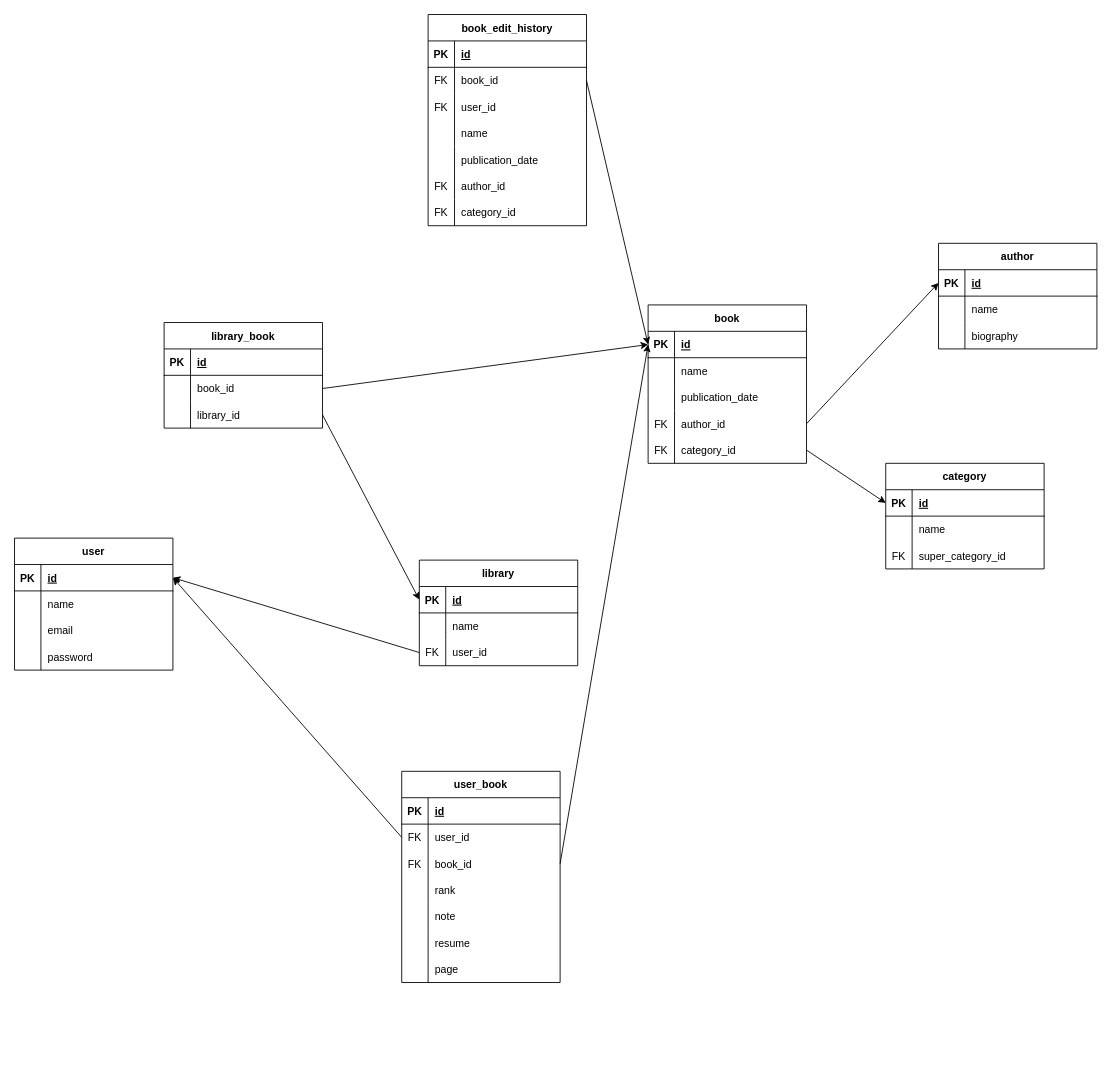
Earlier version of the draw.io diagram docs/flows/entities.drawio (MarcoLopes389/learning-graphql). Source tidied: cells renumbered, new cells numbered last; positions are measured from the earlier drawing's top-left corner, leaving out a move shared by most shapes. Both pictures are drawn from the tidied source at 88%, with x=0, y=0 at pixel (14, 14).
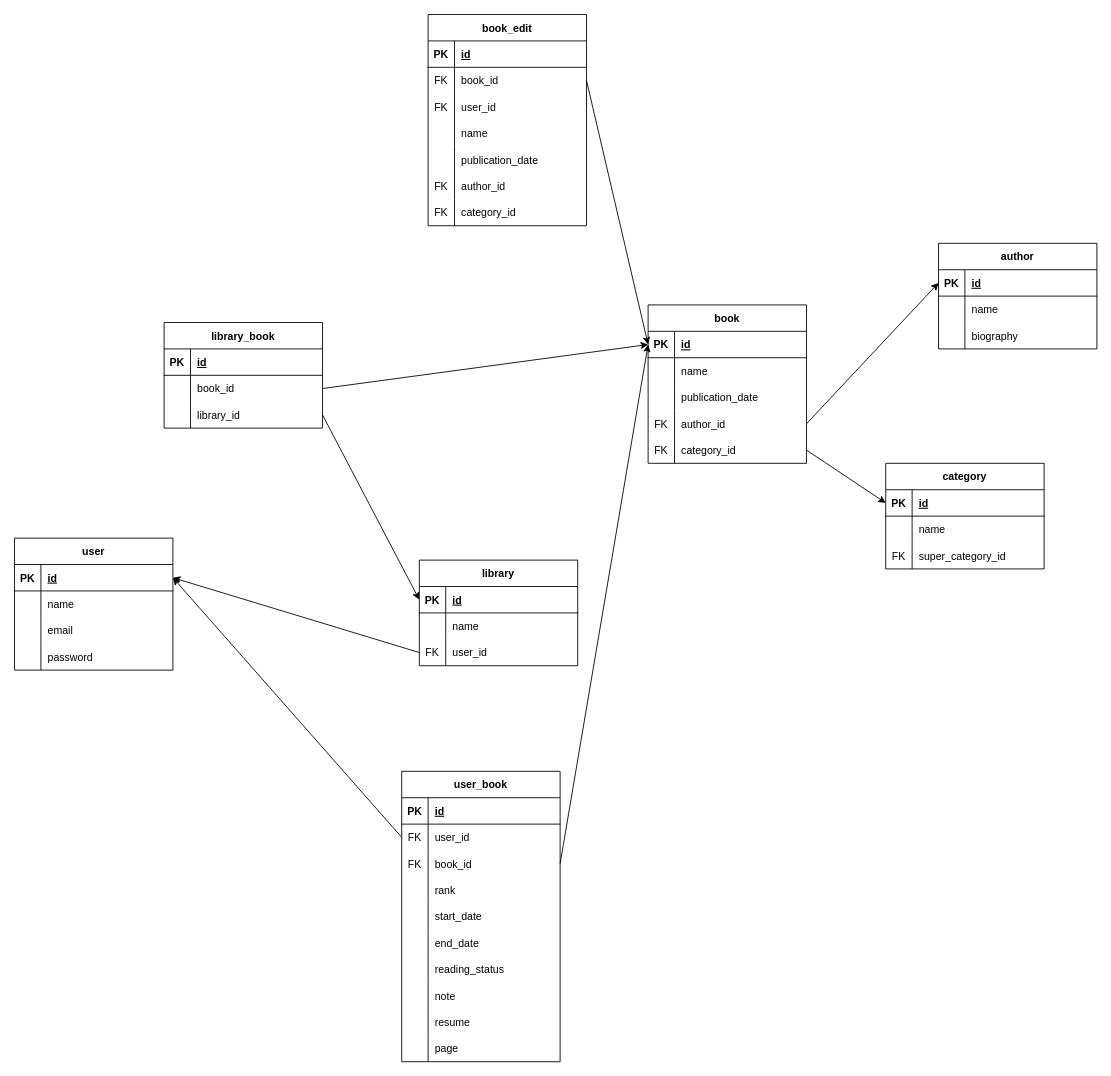
After the change.

The edit, as a diff of the source:
```diff
@@
     <mxCell id="76" value="user_book" style="shape=table;startSize=30;childLayout=tableLayout;rowLines=0;fontStyle=1;align=center;" parent="1" vertex="1">
-      <mxGeometry x="440" y="860" width="180" height="240" as="geometry" />
+      <mxGeometry x="440" y="860" width="180" height="330" as="geometry" />
     </mxCell>
@@
+    <mxCell id="123" style="shape=tableRow;horizontal=0;startSize=0;swimlaneHead=0;swimlaneBody=0;fillColor=none;top=0;left=0;right=0;bottom=0;" parent="76" vertex="1">
+      <mxGeometry y="150" width="180" height="30" as="geometry" />
+    </mxCell>
+    <mxCell id="124" style="shape=partialRectangle;fillColor=none;top=0;left=0;bottom=0;right=0;overflow=hidden;" parent="123" vertex="1">
+      <mxGeometry width="30" height="30" as="geometry" />
+    </mxCell>
+    <mxCell id="125" value="start_date" style="shape=partialRectangle;fillColor=none;top=0;left=0;bottom=0;right=0;align=left;spacingLeft=6;overflow=hidden;" parent="123" vertex="1">
+      <mxGeometry x="30" width="150" height="30" as="geometry" />
+    </mxCell>
+    <mxCell id="126" style="shape=tableRow;horizontal=0;startSize=0;swimlaneHead=0;swimlaneBody=0;fillColor=none;top=0;left=0;right=0;bottom=0;" parent="76" vertex="1">
+      <mxGeometry y="180" width="180" height="30" as="geometry" />
+    </mxCell>
+    <mxCell id="127" style="shape=partialRectangle;fillColor=none;top=0;left=0;bottom=0;right=0;overflow=hidden;" parent="126" vertex="1">
+      <mxGeometry width="30" height="30" as="geometry" />
+    </mxCell>
+    <mxCell id="128" value="end_date" style="shape=partialRectangle;fillColor=none;top=0;left=0;bottom=0;right=0;align=left;spacingLeft=6;overflow=hidden;" parent="126" vertex="1">
+      <mxGeometry x="30" width="150" height="30" as="geometry" />
+    </mxCell>
+    <mxCell id="129" style="shape=tableRow;horizontal=0;startSize=0;swimlaneHead=0;swimlaneBody=0;fillColor=none;top=0;left=0;right=0;bottom=0;" parent="76" vertex="1">
+      <mxGeometry y="210" width="180" height="30" as="geometry" />
+    </mxCell>
+    <mxCell id="130" style="shape=partialRectangle;fillColor=none;top=0;left=0;bottom=0;right=0;overflow=hidden;" parent="129" vertex="1">
+      <mxGeometry width="30" height="30" as="geometry" />
+    </mxCell>
+    <mxCell id="131" value="reading_status" style="shape=partialRectangle;fillColor=none;top=0;left=0;bottom=0;right=0;align=left;spacingLeft=6;overflow=hidden;" parent="129" vertex="1">
+      <mxGeometry x="30" width="150" height="30" as="geometry" />
+    </mxCell>
     <mxCell id="89" style="shape=tableRow;horizontal=0;startSize=0;swimlaneHead=0;swimlaneBody=0;fillColor=none;top=0;left=0;right=0;bottom=0;" parent="76" vertex="1">
-      <mxGeometry y="150" width="180" height="30" as="geometry" />
+      <mxGeometry y="240" width="180" height="30" as="geometry" />
     </mxCell>
@@
     <mxCell id="92" style="shape=tableRow;horizontal=0;startSize=0;swimlaneHead=0;swimlaneBody=0;fillColor=none;top=0;left=0;right=0;bottom=0;" parent="76" vertex="1">
-      <mxGeometry y="180" width="180" height="30" as="geometry" />
+      <mxGeometry y="270" width="180" height="30" as="geometry" />
     </mxCell>
@@
     <mxCell id="95" style="shape=tableRow;horizontal=0;startSize=0;swimlaneHead=0;swimlaneBody=0;fillColor=none;top=0;left=0;right=0;bottom=0;" parent="76" vertex="1">
-      <mxGeometry y="210" width="180" height="30" as="geometry" />
+      <mxGeometry y="300" width="180" height="30" as="geometry" />
     </mxCell>
@@
-    <mxCell id="100" value="book_edit_history" style="shape=table;startSize=30;childLayout=tableLayout;rowLines=0;fontStyle=1;align=center;" parent="1" vertex="1">
+    <mxCell id="100" value="book_edit" style="shape=table;startSize=30;childLayout=tableLayout;rowLines=0;fontStyle=1;align=center;" parent="1" vertex="1">
       <mxGeometry x="470" width="180" height="240" as="geometry" />
     </mxCell>
```
